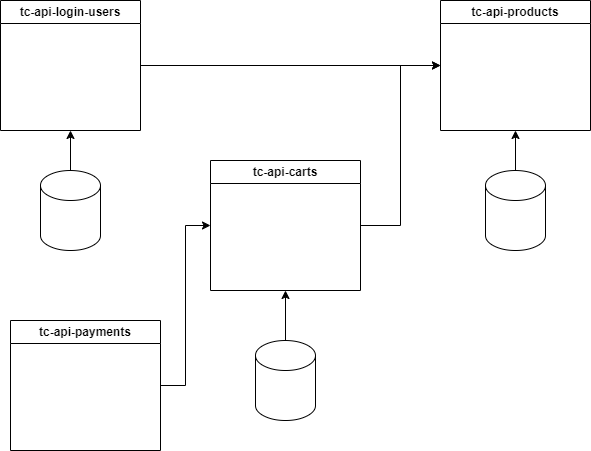
Above: arquitetura.png in paulohto/fiap-tc5 (draw.io), before the change. Source tidied: cells renumbered, new cells last; positions are measured from the earlier drawing's top-left corner, leaving out a move shared by most shapes. Source of this version:
```xml
<mxGraphModel>
  <root>
    <mxCell id="0" />
    <mxCell id="1" parent="0" />
    <mxCell id="2" style="edgeStyle=orthogonalEdgeStyle;rounded=0;jettySize=auto;html=1;entryX=0.5;entryY=1;entryDx=0;entryDy=0;" parent="1" edge="1" source="3" target="5">
      <mxGeometry relative="1" as="geometry" />
    </mxCell>
    <mxCell id="3" style="shape=cylinder3;whiteSpace=wrap;html=1;boundedLbl=1;backgroundOutline=1;size=15;" parent="1" vertex="1">
      <mxGeometry x="40" y="170" width="60" height="80" as="geometry" />
    </mxCell>
    <mxCell id="4" style="edgeStyle=orthogonalEdgeStyle;rounded=0;jettySize=auto;html=1;entryX=0;entryY=0.5;entryDx=0;entryDy=0;" parent="1" edge="1" source="5" target="8">
      <mxGeometry relative="1" as="geometry" />
    </mxCell>
    <mxCell id="5" value="tc-api-login-users" style="swimlane;whiteSpace=wrap;html=1;" parent="1" vertex="1">
      <mxGeometry width="140" height="130" as="geometry" />
    </mxCell>
    <mxCell id="6" style="edgeStyle=orthogonalEdgeStyle;rounded=0;jettySize=auto;html=1;entryX=0.5;entryY=1;entryDx=0;entryDy=0;" parent="1" edge="1" source="7" target="8">
      <mxGeometry relative="1" as="geometry" />
    </mxCell>
    <mxCell id="7" style="shape=cylinder3;whiteSpace=wrap;html=1;boundedLbl=1;backgroundOutline=1;size=15;" parent="1" vertex="1">
      <mxGeometry x="485" y="170" width="60" height="80" as="geometry" />
    </mxCell>
    <mxCell id="8" value="tc-api-products" style="swimlane;whiteSpace=wrap;html=1;" parent="1" vertex="1">
      <mxGeometry x="440" width="150" height="130" as="geometry" />
    </mxCell>
    <mxCell id="9" style="edgeStyle=orthogonalEdgeStyle;rounded=0;jettySize=auto;html=1;entryX=0.5;entryY=1;entryDx=0;entryDy=0;" parent="1" edge="1" source="10" target="12">
      <mxGeometry relative="1" as="geometry" />
    </mxCell>
    <mxCell id="10" style="shape=cylinder3;whiteSpace=wrap;html=1;boundedLbl=1;backgroundOutline=1;size=15;" parent="1" vertex="1">
      <mxGeometry x="255" y="340" width="60" height="80" as="geometry" />
    </mxCell>
    <mxCell id="11" style="edgeStyle=orthogonalEdgeStyle;rounded=0;jettySize=auto;html=1;entryX=0;entryY=0.5;entryDx=0;entryDy=0;" parent="1" edge="1" source="12" target="8">
      <mxGeometry relative="1" as="geometry" />
    </mxCell>
    <mxCell id="12" value="tc-api-carts" style="swimlane;whiteSpace=wrap;html=1;" parent="1" vertex="1">
      <mxGeometry x="210" y="160" width="150" height="130" as="geometry" />
    </mxCell>
    <mxCell id="13" style="edgeStyle=orthogonalEdgeStyle;rounded=0;jettySize=auto;html=1;entryX=0;entryY=0.5;entryDx=0;entryDy=0;" parent="1" edge="1" source="14" target="12">
      <mxGeometry relative="1" as="geometry" />
    </mxCell>
    <mxCell id="14" value="tc-api-payments" style="swimlane;whiteSpace=wrap;html=1;" parent="1" vertex="1">
      <mxGeometry x="10" y="320" width="150" height="130" as="geometry" />
    </mxCell>
  </root>
</mxGraphModel>
```
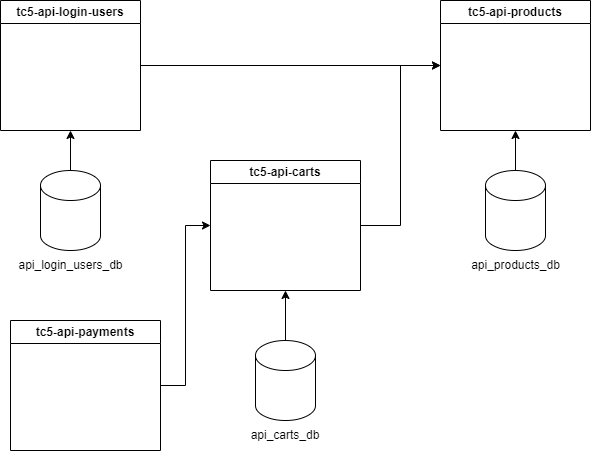
Later version of the same file.

What changed in the source:
```diff
@@ -11,7 +11,7 @@
     <mxCell id="4" style="edgeStyle=orthogonalEdgeStyle;rounded=0;jettySize=auto;html=1;entryX=0;entryY=0.5;entryDx=0;entryDy=0;" parent="1" edge="1" source="5" target="8">
       <mxGeometry relative="1" as="geometry" />
     </mxCell>
-    <mxCell id="5" value="tc-api-login-users" style="swimlane;whiteSpace=wrap;html=1;" parent="1" vertex="1">
+    <mxCell id="5" value="tc5-api-login-users" style="swimlane;whiteSpace=wrap;html=1;" parent="1" vertex="1">
       <mxGeometry width="140" height="130" as="geometry" />
     </mxCell>
     <mxCell id="6" style="edgeStyle=orthogonalEdgeStyle;rounded=0;jettySize=auto;html=1;entryX=0.5;entryY=1;entryDx=0;entryDy=0;" parent="1" edge="1" source="7" target="8">
@@ -20,7 +20,7 @@
     <mxCell id="7" style="shape=cylinder3;whiteSpace=wrap;html=1;boundedLbl=1;backgroundOutline=1;size=15;" parent="1" vertex="1">
       <mxGeometry x="485" y="170" width="60" height="80" as="geometry" />
     </mxCell>
-    <mxCell id="8" value="tc-api-products" style="swimlane;whiteSpace=wrap;html=1;" parent="1" vertex="1">
+    <mxCell id="8" value="tc5-api-products" style="swimlane;whiteSpace=wrap;html=1;" parent="1" vertex="1">
       <mxGeometry x="440" width="150" height="130" as="geometry" />
     </mxCell>
     <mxCell id="9" style="edgeStyle=orthogonalEdgeStyle;rounded=0;jettySize=auto;html=1;entryX=0.5;entryY=1;entryDx=0;entryDy=0;" parent="1" edge="1" source="10" target="12">
@@ -32,14 +32,23 @@
     <mxCell id="11" style="edgeStyle=orthogonalEdgeStyle;rounded=0;jettySize=auto;html=1;entryX=0;entryY=0.5;entryDx=0;entryDy=0;" parent="1" edge="1" source="12" target="8">
       <mxGeometry relative="1" as="geometry" />
     </mxCell>
-    <mxCell id="12" value="tc-api-carts" style="swimlane;whiteSpace=wrap;html=1;" parent="1" vertex="1">
+    <mxCell id="12" value="tc5-api-carts" style="swimlane;whiteSpace=wrap;html=1;" parent="1" vertex="1">
       <mxGeometry x="210" y="160" width="150" height="130" as="geometry" />
     </mxCell>
     <mxCell id="13" style="edgeStyle=orthogonalEdgeStyle;rounded=0;jettySize=auto;html=1;entryX=0;entryY=0.5;entryDx=0;entryDy=0;" parent="1" edge="1" source="14" target="12">
       <mxGeometry relative="1" as="geometry" />
     </mxCell>
-    <mxCell id="14" value="tc-api-payments" style="swimlane;whiteSpace=wrap;html=1;" parent="1" vertex="1">
+    <mxCell id="14" value="tc5-api-payments" style="swimlane;whiteSpace=wrap;html=1;" parent="1" vertex="1">
       <mxGeometry x="10" y="320" width="150" height="130" as="geometry" />
     </mxCell>
+    <mxCell id="15" value="api_login_users_db" style="text;html=1;align=center;verticalAlign=middle;strokeColor=none;fillColor=none;" parent="1" vertex="1">
+      <mxGeometry x="5" y="250" width="130" height="30" as="geometry" />
+    </mxCell>
+    <mxCell id="16" value="api_products_db" style="text;html=1;align=center;verticalAlign=middle;strokeColor=none;fillColor=none;" parent="1" vertex="1">
+      <mxGeometry x="460" y="250" width="110" height="30" as="geometry" />
+    </mxCell>
+    <mxCell id="17" value="api_carts_db" style="text;html=1;align=center;verticalAlign=middle;whiteSpace=wrap;rounded=0;" parent="1" vertex="1">
+      <mxGeometry x="255" y="420" width="60" height="30" as="geometry" />
+    </mxCell>
   </root>
 </mxGraphModel>
```
